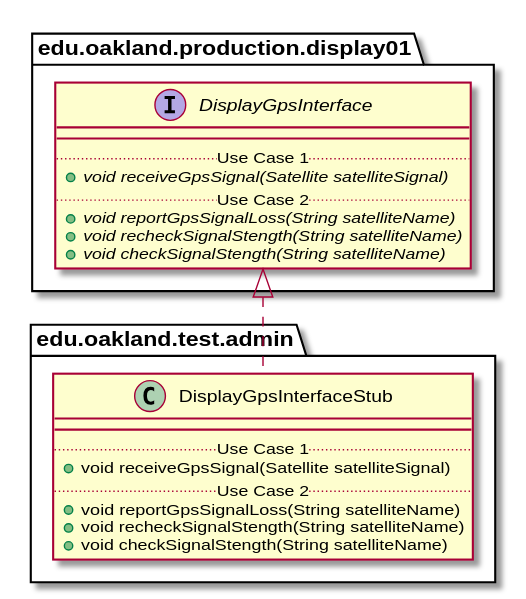
andrewdimmer/csi-3370-software-project keeps this PlantUML diagram as docs/uml-class-diagrams/admin/test/DisplayGpsInterfaceStub/DisplayGpsInterfaceStub_Closure.svg. Above is the earlier version.
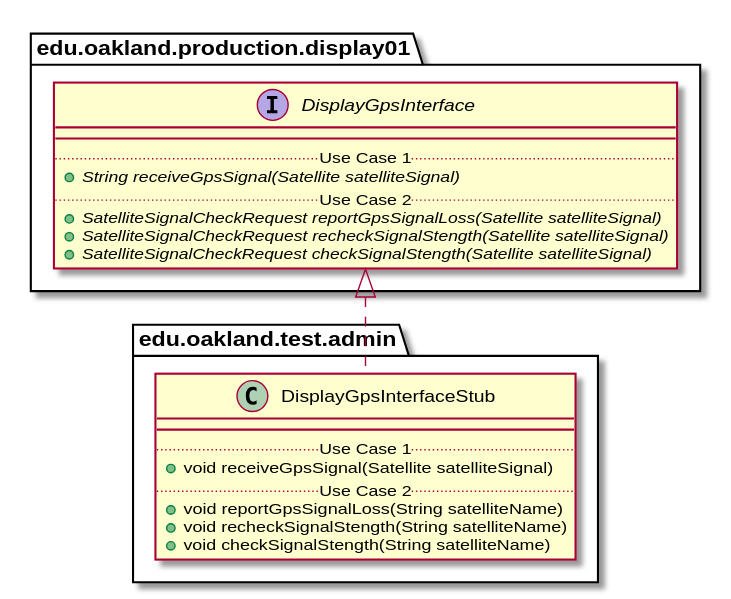
The same file after the commit.

Diff of the diagram source:
```diff
@@ -22,11 +22,11 @@
     interface DisplayGpsInterface {
         __
         .. Use Case 1 ..
-        {abstract} + void receiveGpsSignal(Satellite satelliteSignal)
+        {abstract} + String receiveGpsSignal(Satellite satelliteSignal)
         .. Use Case 2 ..
-        {abstract} + void reportGpsSignalLoss(String satelliteName)
-        {abstract} + void recheckSignalStength(String satelliteName)
-        {abstract} + void checkSignalStength(String satelliteName)
+        {abstract} + SatelliteSignalCheckRequest reportGpsSignalLoss(Satellite satelliteSignal)
+        {abstract} + SatelliteSignalCheckRequest recheckSignalStength(Satellite satelliteSignal)
+        {abstract} + SatelliteSignalCheckRequest checkSignalStength(Satellite satelliteSignal)
     }
 }
 
```
